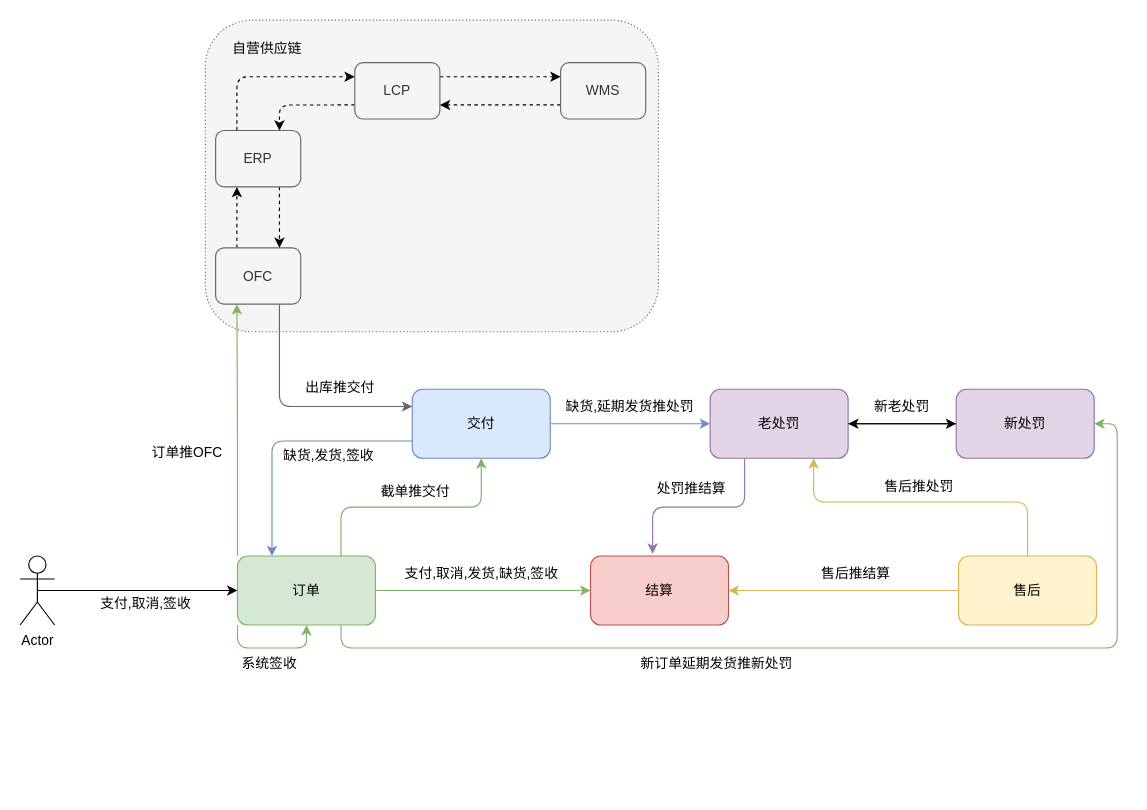
Earlier version of the draw.io diagram 稽核链路.drawio (mingtian110/pc_home). Source tidied: cells renumbered, new cells numbered last; positions are measured from the earlier drawing's top-left corner, leaving out a move shared by most shapes. Both pictures are drawn from the tidied source at 115%, with x=0, y=0 at pixel (20, 20).
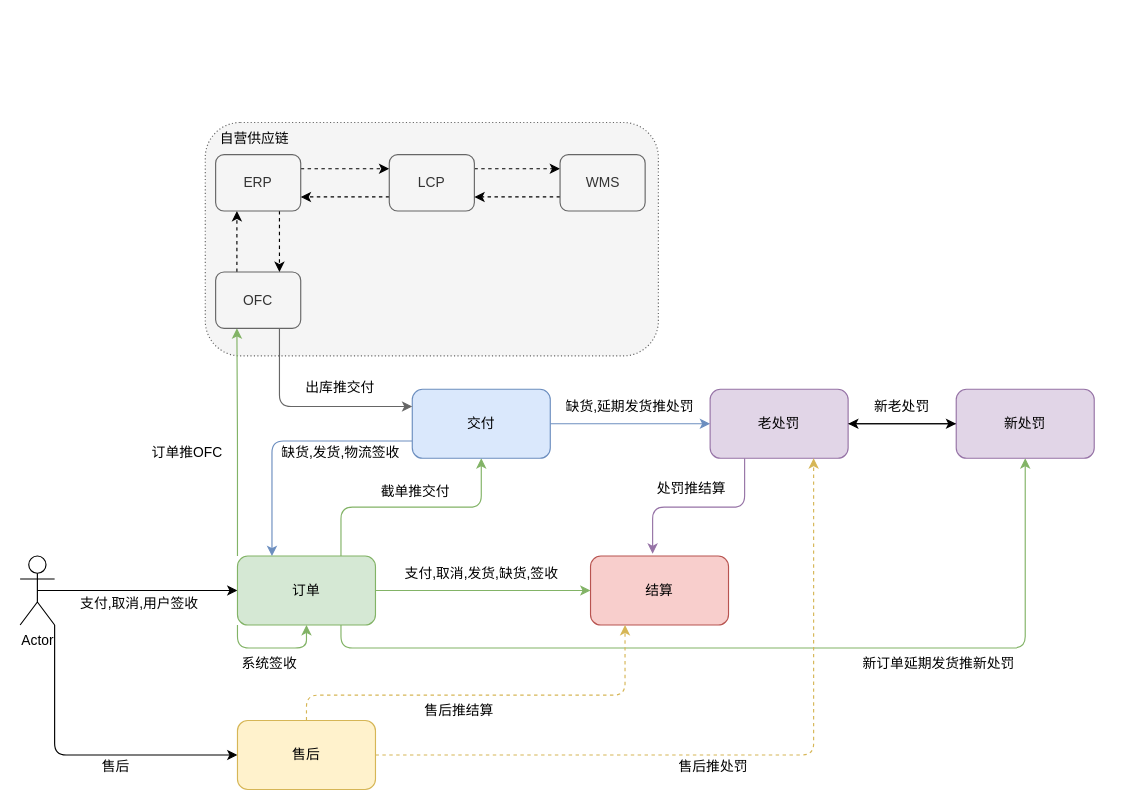
The same diagram, later.

Commit message:
更新稽核链路.drawio

Unchanged cells that the change refers to:
```xml
<mxCell id="4" value="Actor" style="shape=umlActor;verticalLabelPosition=bottom;verticalAlign=top;html=1;outlineConnect=0;rounded=1;" parent="1" vertex="1">
  <mxGeometry y="466" width="30" height="60" as="geometry" />
</mxCell>
<mxCell id="9" value="订单" style="whiteSpace=wrap;html=1;fillColor=#d5e8d4;strokeColor=#82b366;rounded=1;" parent="1" vertex="1">
  <mxGeometry x="189" y="466" width="120" height="60" as="geometry" />
</mxCell>
<mxCell id="11" value="结算" style="whiteSpace=wrap;html=1;fillColor=#f8cecc;strokeColor=#b85450;rounded=1;" parent="1" vertex="1">
  <mxGeometry x="496" y="466" width="120" height="60" as="geometry" />
</mxCell>
<mxCell id="20" value="老处罚" style="whiteSpace=wrap;html=1;fillColor=#e1d5e7;strokeColor=#9673a6;rounded=1;" parent="1" vertex="1">
  <mxGeometry x="600" y="321" width="120" height="60" as="geometry" />
</mxCell>
<mxCell id="22" value="新处罚" style="whiteSpace=wrap;html=1;fillColor=#e1d5e7;strokeColor=#9673a6;rounded=1;" parent="1" vertex="1">
  <mxGeometry x="814" y="321" width="120" height="60" as="geometry" />
</mxCell>
```

What changed in the source:
```diff
@@
     <mxCell id="2" style="whiteSpace=wrap;html=1;shadow=0;dashed=1;fillColor=#f5f5f5;strokeColor=#666666;fontColor=#333333;rounded=1;dashPattern=1 2;" parent="1" vertex="1">
-      <mxGeometry x="161" width="394" height="271" as="geometry" />
+      <mxGeometry x="161" y="89" width="394" height="203" as="geometry" />
     </mxCell>
@@
+    <mxCell id="49" style="edgeStyle=orthogonalEdgeStyle;jettySize=auto;html=1;exitX=1;exitY=1;exitDx=0;exitDy=0;exitPerimeter=0;entryX=0;entryY=0.5;entryDx=0;entryDy=0;" parent="1" edge="1" source="4" target="26">
+      <mxGeometry relative="1" as="geometry" />
+    </mxCell>
@@
-    <mxCell id="8" style="edgeStyle=orthogonalEdgeStyle;jettySize=auto;html=1;exitX=0.75;exitY=1;exitDx=0;exitDy=0;entryX=1;entryY=0.5;entryDx=0;entryDy=0;strokeColor=#82b366;fillColor=#d5e8d4;" parent="1" edge="1" source="9" target="22">
+    <mxCell id="8" style="edgeStyle=orthogonalEdgeStyle;jettySize=auto;html=1;exitX=0.75;exitY=1;exitDx=0;exitDy=0;entryX=0.5;entryY=1;entryDx=0;entryDy=0;strokeColor=#82b366;fillColor=#d5e8d4;" parent="1" edge="1" source="9" target="22">
       <mxGeometry relative="1" as="geometry" />
     </mxCell>
@@
-    <mxCell id="10" value="支付,取消,签收" style="text;html=1;strokeColor=none;fillColor=none;align=center;verticalAlign=middle;whiteSpace=wrap;rounded=1;" parent="1" vertex="1">
-      <mxGeometry x="58" y="501" width="103" height="14" as="geometry" />
+    <mxCell id="10" value="支付,取消,用户签收" style="text;html=1;strokeColor=none;fillColor=none;align=center;verticalAlign=middle;whiteSpace=wrap;rounded=1;" parent="1" vertex="1">
+      <mxGeometry x="47" y="501" width="114" height="14" as="geometry" />
     </mxCell>
@@
-    <mxCell id="17" value="缺货,发货,签收" style="text;html=1;strokeColor=none;fillColor=none;align=center;verticalAlign=middle;whiteSpace=wrap;rounded=1;" parent="1" vertex="1">
-      <mxGeometry x="222" y="373" width="93" height="11" as="geometry" />
+    <mxCell id="17" value="缺货,发货,物流签收" style="text;html=1;strokeColor=none;fillColor=none;align=center;verticalAlign=middle;whiteSpace=wrap;rounded=1;" parent="1" vertex="1">
+      <mxGeometry x="222.5" y="370" width="112" height="11" as="geometry" />
     </mxCell>
@@
+    <mxCell id="25" style="edgeStyle=orthogonalEdgeStyle;jettySize=auto;html=1;exitX=1;exitY=0.5;exitDx=0;exitDy=0;entryX=0.75;entryY=1;entryDx=0;entryDy=0;dashed=1;fillColor=#fff2cc;strokeColor=#d6b656;" parent="1" edge="1" source="26" target="20">
+      <mxGeometry relative="1" as="geometry" />
+    </mxCell>
-    <mxCell id="24" style="edgeStyle=orthogonalEdgeStyle;jettySize=auto;html=1;exitX=0;exitY=0.5;exitDx=0;exitDy=0;fillColor=#fff2cc;strokeColor=#d6b656;" parent="1" edge="1" source="26" target="11">
-      <mxGeometry relative="1" as="geometry" />
+    <mxCell id="24" style="edgeStyle=orthogonalEdgeStyle;jettySize=auto;html=1;exitX=0.5;exitY=0;exitDx=0;exitDy=0;entryX=0.25;entryY=1;entryDx=0;entryDy=0;dashed=1;fillColor=#fff2cc;strokeColor=#d6b656;" parent="1" edge="1" source="26" target="11">
+      <mxGeometry relative="1" as="geometry">
+        <Array as="points">
+          <mxPoint x="249" y="587" />
+          <mxPoint x="526" y="587" />
+        </Array>
+      </mxGeometry>
     </mxCell>
-    <mxCell id="25" style="edgeStyle=orthogonalEdgeStyle;jettySize=auto;html=1;exitX=0.5;exitY=0;exitDx=0;exitDy=0;entryX=0.75;entryY=1;entryDx=0;entryDy=0;strokeColor=#d6b656;fillColor=#fff2cc;" parent="1" edge="1" source="26" target="20">
-      <mxGeometry relative="1" as="geometry">
-        <Array as="points">
-          <mxPoint x="876" y="419" />
-          <mxPoint x="690" y="419" />
-        </Array>
-      </mxGeometry>
-    </mxCell>
     <mxCell id="26" value="售后" style="whiteSpace=wrap;html=1;fillColor=#fff2cc;strokeColor=#d6b656;rounded=1;" parent="1" vertex="1">
-      <mxGeometry x="816" y="466" width="120" height="60" as="geometry" />
+      <mxGeometry x="189" y="609" width="120" height="60" as="geometry" />
     </mxCell>
@@
     <mxCell id="31" value="OFC" style="whiteSpace=wrap;html=1;fillColor=#f5f5f5;strokeColor=#666666;fontColor=#333333;rounded=1;" parent="1" vertex="1">
-      <mxGeometry x="170" y="198" width="74" height="49" as="geometry" />
+      <mxGeometry x="170" y="219" width="74" height="49" as="geometry" />
     </mxCell>
-    <mxCell id="32" style="edgeStyle=orthogonalEdgeStyle;jettySize=auto;html=1;exitX=0.25;exitY=0;exitDx=0;exitDy=0;entryX=0;entryY=0.25;entryDx=0;entryDy=0;dashed=1;" parent="1" edge="1" source="34" target="37">
+    <mxCell id="32" style="edgeStyle=orthogonalEdgeStyle;jettySize=auto;html=1;exitX=1;exitY=0.25;exitDx=0;exitDy=0;entryX=0;entryY=0.25;entryDx=0;entryDy=0;dashed=1;" parent="1" edge="1" source="34" target="37">
       <mxGeometry relative="1" as="geometry" />
     </mxCell>
@@
     <mxCell id="34" value="ERP" style="whiteSpace=wrap;html=1;fillColor=#f5f5f5;strokeColor=#666666;fontColor=#333333;rounded=1;" parent="1" vertex="1">
-      <mxGeometry x="170" y="96" width="74" height="49" as="geometry" />
+      <mxGeometry x="170" y="117" width="74" height="49" as="geometry" />
     </mxCell>
@@
-    <mxCell id="36" style="edgeStyle=orthogonalEdgeStyle;jettySize=auto;html=1;exitX=0;exitY=0.75;exitDx=0;exitDy=0;entryX=0.75;entryY=0;entryDx=0;entryDy=0;dashed=1;" parent="1" edge="1" source="37" target="34">
+    <mxCell id="36" style="edgeStyle=orthogonalEdgeStyle;jettySize=auto;html=1;exitX=0;exitY=0.75;exitDx=0;exitDy=0;entryX=1;entryY=0.75;entryDx=0;entryDy=0;dashed=1;" parent="1" edge="1" source="37" target="34">
       <mxGeometry relative="1" as="geometry" />
     </mxCell>
     <mxCell id="37" value="LCP" style="whiteSpace=wrap;html=1;fillColor=#f5f5f5;strokeColor=#666666;fontColor=#333333;rounded=1;" parent="1" vertex="1">
-      <mxGeometry x="291" y="37" width="74" height="49" as="geometry" />
+      <mxGeometry x="321" y="117" width="74" height="49" as="geometry" />
     </mxCell>
@@
     <mxCell id="39" value="WMS" style="whiteSpace=wrap;html=1;fillColor=#f5f5f5;strokeColor=#666666;fontColor=#333333;rounded=1;" parent="1" vertex="1">
-      <mxGeometry x="470" y="37" width="74" height="49" as="geometry" />
+      <mxGeometry x="469.5" y="117" width="74" height="49" as="geometry" />
     </mxCell>
     <mxCell id="40" value="售后推结算" style="text;html=1;strokeColor=none;fillColor=none;align=center;verticalAlign=middle;whiteSpace=wrap;rounded=1;" parent="1" vertex="1">
-      <mxGeometry x="695" y="473" width="64" height="17" as="geometry" />
+      <mxGeometry x="350" y="592" width="64" height="17" as="geometry" />
     </mxCell>
@@
     <mxCell id="42" value="自营供应链" style="text;html=1;strokeColor=none;fillColor=none;align=center;verticalAlign=middle;whiteSpace=wrap;shadow=0;dashed=1;rounded=1;" parent="1" vertex="1">
-      <mxGeometry x="181" y="17" width="68" height="16" as="geometry" />
+      <mxGeometry x="170" y="95" width="68" height="16" as="geometry" />
     </mxCell>
     <mxCell id="43" value="售后推处罚" style="text;html=1;strokeColor=none;fillColor=none;align=center;verticalAlign=middle;whiteSpace=wrap;rounded=1;" parent="1" vertex="1">
-      <mxGeometry x="750" y="397" width="64" height="17" as="geometry" />
+      <mxGeometry x="571" y="640" width="64" height="17" as="geometry" />
     </mxCell>
@@
     <mxCell id="47" value="新订单延期发货推新处罚" style="text;html=1;strokeColor=none;fillColor=none;align=center;verticalAlign=middle;whiteSpace=wrap;rounded=1;" parent="1" vertex="1">
-      <mxGeometry x="534" y="553" width="144" height="13" as="geometry" />
+      <mxGeometry x="727" y="553" width="144" height="13" as="geometry" />
     </mxCell>
@@
+    <mxCell id="50" value="售后" style="text;html=1;strokeColor=none;fillColor=none;align=center;verticalAlign=middle;whiteSpace=wrap;rounded=1;" parent="1" vertex="1">
+      <mxGeometry x="32" y="641.5" width="103" height="14" as="geometry" />
+    </mxCell>
```
